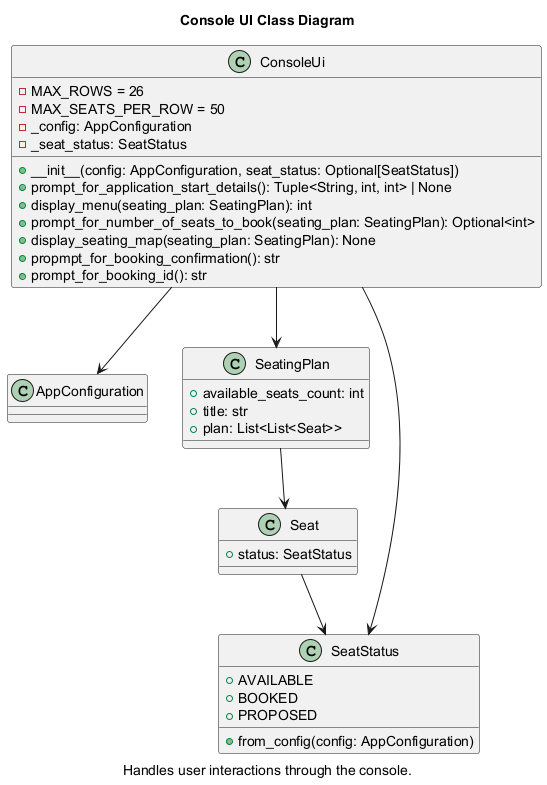
Above: aws/cinema/docs/console_ui.png in ongzhixian/PersonalFinanceTracker (PlantUML), before the change.
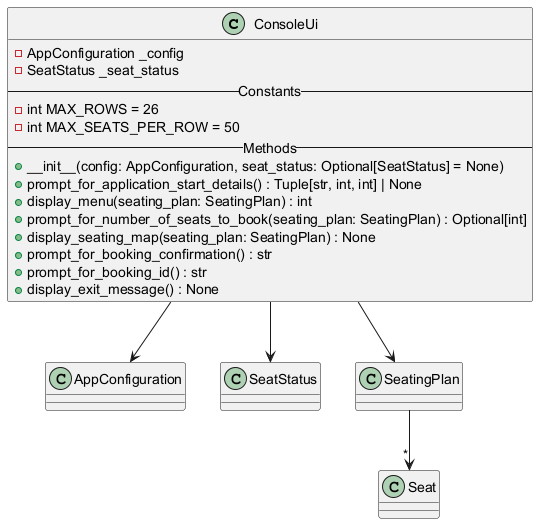
After the commit.

Diff of the diagram source:
```diff
@@ -1,41 +1,29 @@
 @startuml
-title Console UI Class Diagram
-caption Handles user interactions through the console.
-
 class ConsoleUi {
-    - MAX_ROWS = 26
-    - MAX_SEATS_PER_ROW = 50
-    - _config: AppConfiguration
-    - _seat_status: SeatStatus
-    + __init__(config: AppConfiguration, seat_status: Optional[SeatStatus])
-    + prompt_for_application_start_details(): Tuple<String, int, int> | None
-    + display_menu(seating_plan: SeatingPlan): int
-    + prompt_for_number_of_seats_to_book(seating_plan: SeatingPlan): Optional<int>
-    + display_seating_map(seating_plan: SeatingPlan): None
-    + propmpt_for_booking_confirmation(): str
-    + prompt_for_booking_id(): str
+    - AppConfiguration _config
+    - SeatStatus _seat_status
+    -- Constants --
+    - int MAX_ROWS = 26
+    - int MAX_SEATS_PER_ROW = 50
+    -- Methods --
+    + __init__(config: AppConfiguration, seat_status: Optional[SeatStatus] = None)
+    + prompt_for_application_start_details() : Tuple[str, int, int] | None
+    + display_menu(seating_plan: SeatingPlan) : int
+    + prompt_for_number_of_seats_to_book(seating_plan: SeatingPlan) : Optional[int]
+    + display_seating_map(seating_plan: SeatingPlan) : None
+    + prompt_for_booking_confirmation() : str
+    + prompt_for_booking_id() : str
+    + display_exit_message() : None
 }
 
 class AppConfiguration
-class SeatingPlan {
-    + available_seats_count: int
-    + title: str
-    + plan: List<List<Seat>>
-}
-class Seat {
-    + status: SeatStatus
-}
-class SeatStatus {
-    + AVAILABLE
-    + BOOKED
-    + PROPOSED
-    + from_config(config: AppConfiguration)
-}
+class SeatStatus
+class SeatingPlan
+class Seat
 
 ConsoleUi --> AppConfiguration
 ConsoleUi --> SeatStatus
 ConsoleUi --> SeatingPlan
-SeatingPlan --> Seat
-Seat --> SeatStatus
+SeatingPlan --> "*" Seat
 
 @enduml
```
